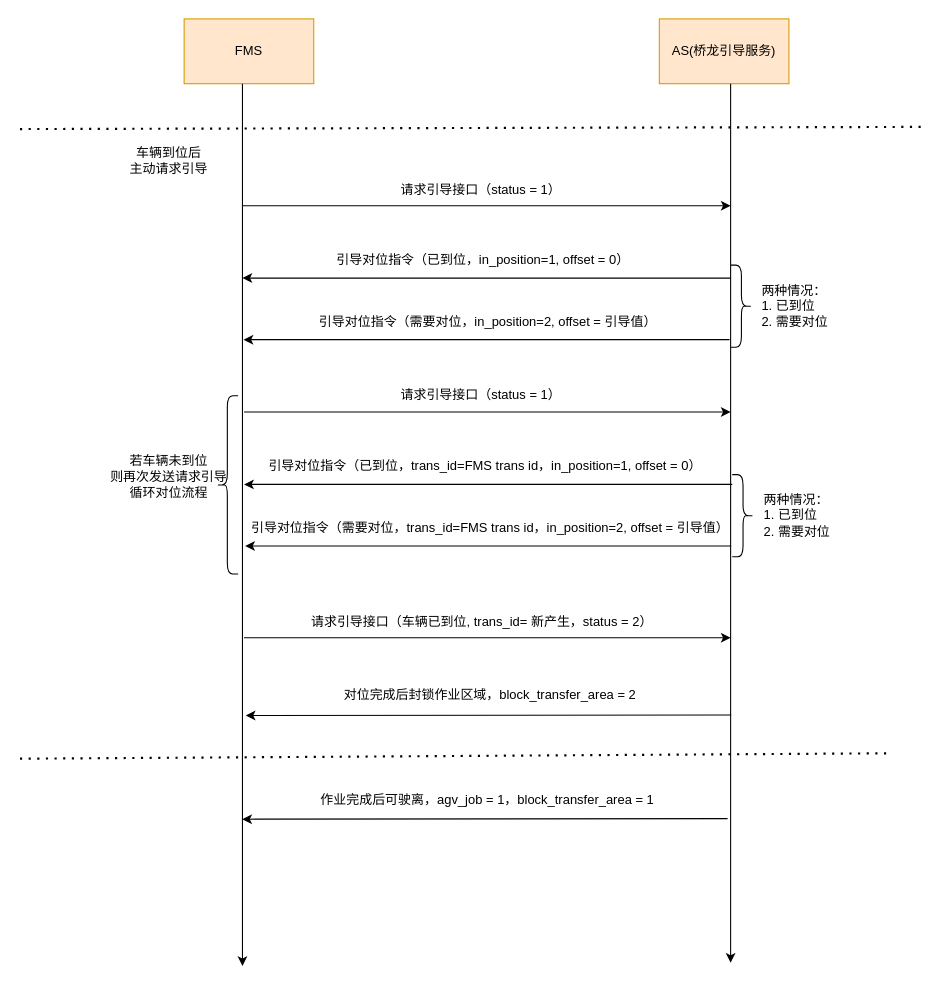
This is 轨道吊引导时序图.drawio from duanduanhh/CS, a draw.io file, before an edit. Source tidied: cells renumbered, new cells numbered last; positions are measured from the earlier drawing's top-left corner, leaving out a move shared by most shapes. Both pictures are drawn from the tidied source at 108%, with x=0, y=0 at pixel (19, 18).
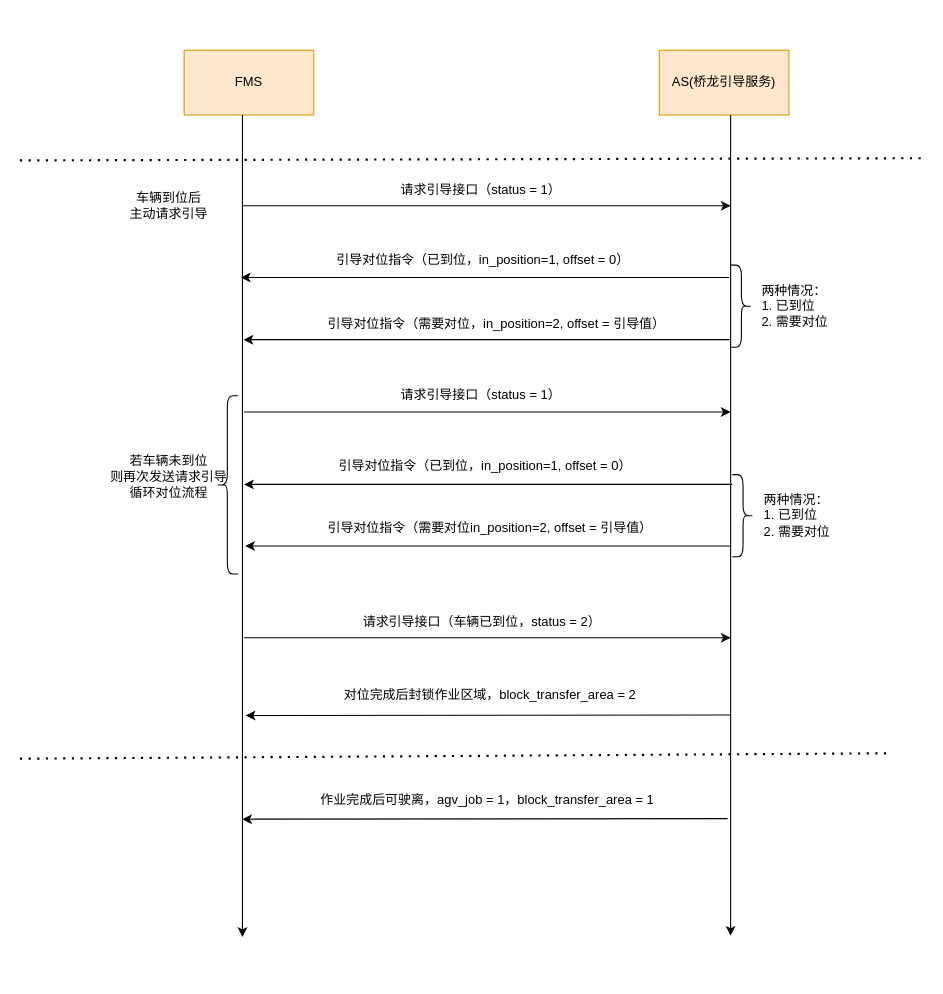
The same page after the edit.

Commit message:
更新轨道吊引导时序图.drawio

Diff of the diagram source:
```diff
@@
     <mxCell id="2" value="FMS" style="rounded=0;whiteSpace=wrap;html=1;fillColor=#ffe6cc;strokeColor=#d79b00;" parent="1" vertex="1">
-      <mxGeometry x="152" width="120" height="60" as="geometry" />
+      <mxGeometry x="152" y="29" width="120" height="60" as="geometry" />
     </mxCell>
     <mxCell id="3" value="AS(桥龙引导服务)" style="rounded=0;whiteSpace=wrap;html=1;fillColor=#ffe6cc;strokeColor=#d79b00;" parent="1" vertex="1">
-      <mxGeometry x="592" width="120" height="60" as="geometry" />
+      <mxGeometry x="592" y="29" width="120" height="60" as="geometry" />
     </mxCell>
     <mxCell id="4" style="endArrow=classic;html=1;rounded=0;exitX=0.45;exitY=1.05;exitDx=0;exitDy=0;exitPerimeter=0;" parent="1" edge="1">
       <mxGeometry relative="1" as="geometry">
-        <mxPoint x="206" y="60" as="sourcePoint" />
-        <mxPoint x="206" y="877" as="targetPoint" />
+        <mxPoint x="206" y="89" as="sourcePoint" />
+        <mxPoint x="206" y="850" as="targetPoint" />
       </mxGeometry>
     </mxCell>
     <mxCell id="5" style="endArrow=classic;html=1;rounded=0;exitX=0.45;exitY=1.05;exitDx=0;exitDy=0;exitPerimeter=0;" parent="1" edge="1">
       <mxGeometry relative="1" as="geometry">
-        <mxPoint x="658" y="60" as="sourcePoint" />
-        <mxPoint x="658" y="874" as="targetPoint" />
+        <mxPoint x="658" y="89" as="sourcePoint" />
+        <mxPoint x="658" y="849" as="targetPoint" />
       </mxGeometry>
     </mxCell>
@@
     <mxCell id="7" value="车辆到位后&lt;br&gt;主动请求引导" style="text;strokeColor=none;align=center;fillColor=none;html=1;verticalAlign=middle;whiteSpace=wrap;rounded=0;" parent="1" vertex="1">
-      <mxGeometry x="63" y="121" width="150" height="20" as="geometry" />
+      <mxGeometry x="63" y="163" width="150" height="20" as="geometry" />
     </mxCell>
@@
     <mxCell id="9" style="endArrow=classic;html=1;rounded=0;" parent="1" edge="1">
       <mxGeometry relative="1" as="geometry">
-        <mxPoint x="658" y="240" as="sourcePoint" />
-        <mxPoint x="206" y="240" as="targetPoint" />
+        <mxPoint x="656.5" y="239.5" as="sourcePoint" />
+        <mxPoint x="204.5" y="239.5" as="targetPoint" />
       </mxGeometry>
     </mxCell>
@@
     <mxCell id="12" value="引导对位指令（需要对位，in_position=2, offset = 引导值）" style="text;strokeColor=none;align=center;fillColor=none;html=1;verticalAlign=middle;whiteSpace=wrap;rounded=0;" parent="1" vertex="1">
-      <mxGeometry x="209" y="271" width="449" height="20" as="geometry" />
+      <mxGeometry x="217" y="272.5" width="449" height="20" as="geometry" />
     </mxCell>
@@
-    <mxCell id="17" value="引导对位指令（已到位，trans_id=FMS trans id，in_position=1, offset = 0）" style="text;strokeColor=none;align=center;fillColor=none;html=1;verticalAlign=middle;whiteSpace=wrap;rounded=0;" parent="1" vertex="1">
+    <mxCell id="17" value="引导对位指令（已到位，in_position=1, offset = 0）" style="text;strokeColor=none;align=center;fillColor=none;html=1;verticalAlign=middle;whiteSpace=wrap;rounded=0;" parent="1" vertex="1">
       <mxGeometry x="227.5" y="404" width="406" height="20" as="geometry" />
     </mxCell>
@@
-    <mxCell id="19" value="引导对位指令（需要对位，trans_id=FMS trans id，in_position=2, offset = 引导值）" style="text;strokeColor=none;align=center;fillColor=none;html=1;verticalAlign=middle;whiteSpace=wrap;rounded=0;" parent="1" vertex="1">
+    <mxCell id="19" value="引导对位指令（需要对位in_position=2, offset = 引导值）" style="text;strokeColor=none;align=center;fillColor=none;html=1;verticalAlign=middle;whiteSpace=wrap;rounded=0;" parent="1" vertex="1">
       <mxGeometry x="210.5" y="462" width="449" height="20" as="geometry" />
     </mxCell>
@@
-    <mxCell id="25" value="请求引导接口（车辆已到位, trans_id= 新产生，status = 2）" style="text;strokeColor=none;align=center;fillColor=none;html=1;verticalAlign=middle;whiteSpace=wrap;rounded=0;" parent="1" vertex="1">
+    <mxCell id="25" value="请求引导接口（车辆已到位，status = 2）" style="text;strokeColor=none;align=center;fillColor=none;html=1;verticalAlign=middle;whiteSpace=wrap;rounded=0;" parent="1" vertex="1">
       <mxGeometry x="262" y="549" width="331.5" height="20" as="geometry" />
     </mxCell>
@@
     <mxCell id="27" style="endArrow=none;dashed=1;html=1;dashPattern=1 3;strokeWidth=2;rounded=0;" parent="1" edge="1">
       <mxGeometry relative="1" as="geometry">
-        <mxPoint y="102" as="sourcePoint" />
-        <mxPoint x="836" y="100" as="targetPoint" />
+        <mxPoint y="131" as="sourcePoint" />
+        <mxPoint x="836" y="129" as="targetPoint" />
       </mxGeometry>
     </mxCell>
```
